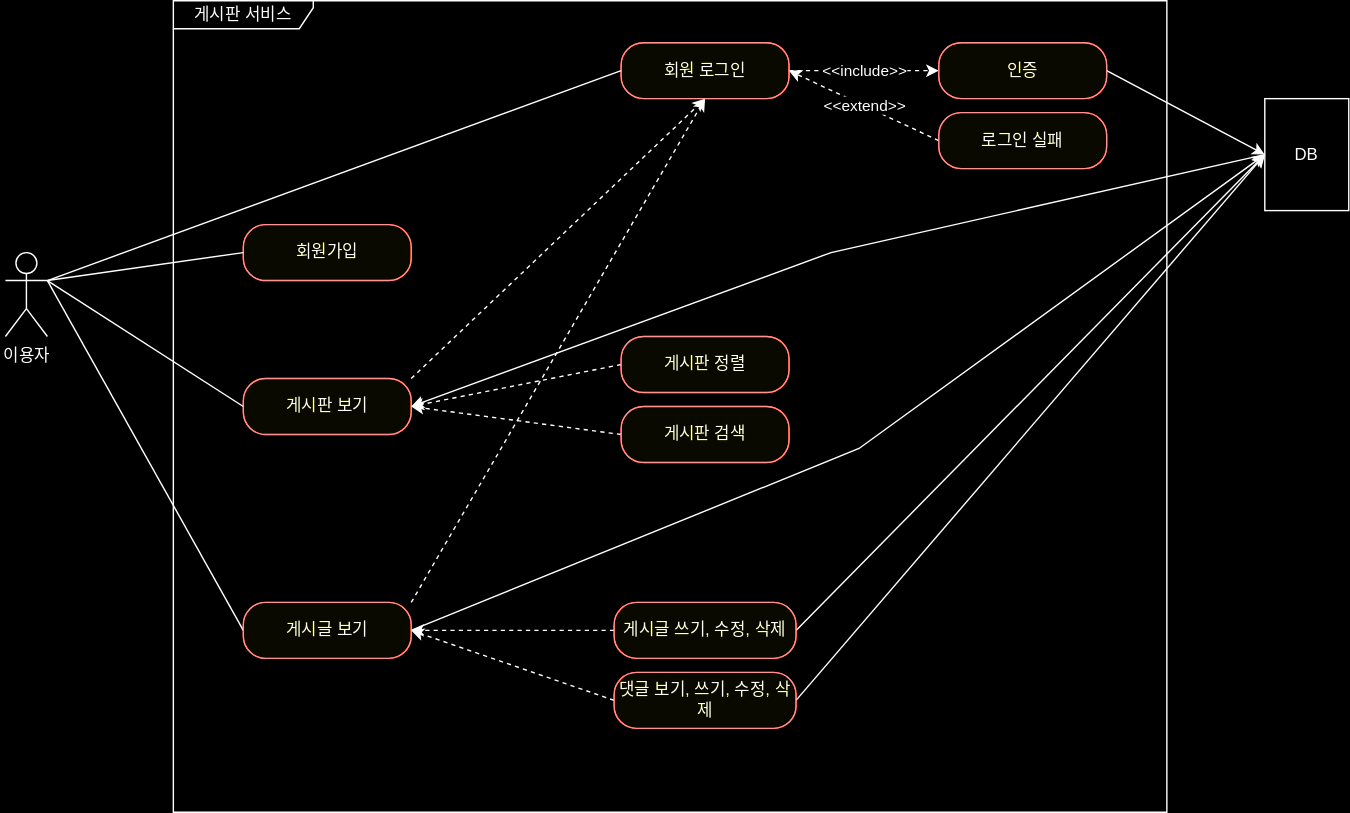
This is document/use-case.svg from jaeho0613/fastcampus-project-board, a draw.io export, as it was before one commit. Source tidied: cells renumbered, new cells last; positions are measured from the earlier drawing's top-left corner, leaving out a move shared by most shapes.
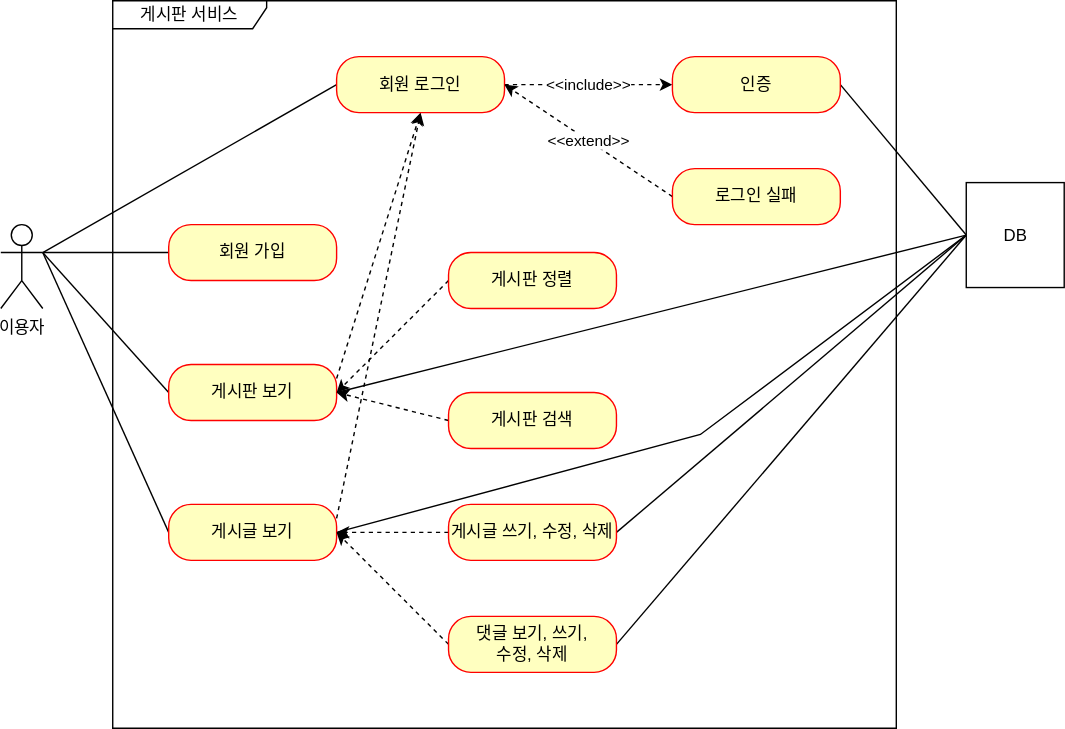
The same diagram one commit later.

The edit, as a diff of the source:
```diff
@@ -2,107 +2,109 @@
   <root>
     <mxCell id="0" />
     <mxCell id="1" parent="0" />
-    <mxCell id="2" value="이용자" style="shape=umlActor;verticalLabelPosition=bottom;verticalAlign=top;html=1;outlineConnect=0;" parent="1" vertex="1">
-      <mxGeometry y="180" width="30" height="60" as="geometry" />
+    <mxCell id="2" value="이용자" style="shape=umlActor;verticalLabelPosition=bottom;verticalAlign=top;html=1;" parent="1" vertex="1">
+      <mxGeometry y="240" width="30" height="60" as="geometry" />
     </mxCell>
-    <mxCell id="3" value="게시판 서비스" style="shape=umlFrame;whiteSpace=wrap;html=1;width=100;height=20;" parent="1" vertex="1">
-      <mxGeometry x="120" width="710" height="580" as="geometry" />
+    <mxCell id="3" value="게시판 서비스" style="shape=umlFrame;whiteSpace=wrap;html=1;width=110;height=20;" parent="1" vertex="1">
+      <mxGeometry x="80" y="80" width="560" height="520" as="geometry" />
     </mxCell>
-    <mxCell id="4" value="회원가입" style="rounded=1;whiteSpace=wrap;html=1;arcSize=40;fontColor=#000000;fillColor=#ffffc0;strokeColor=#ff0000;" parent="1" vertex="1">
-      <mxGeometry x="170" y="160" width="120" height="40" as="geometry" />
-    </mxCell>
+    <mxCell id="32" style="rounded=0;jettySize=auto;html=1;exitX=0;exitY=0.5;exitDx=0;exitDy=0;entryX=1;entryY=0.3333333333333333;entryDx=0;entryDy=0;entryPerimeter=0;endArrow=none;endFill=0;" parent="1" edge="1" source="33" target="2">
+      <mxGeometry relative="1" as="geometry" />
+    </mxCell>
+    <mxCell id="33" value="회원 가입" style="rounded=1;whiteSpace=wrap;html=1;arcSize=40;fontColor=#000000;fillColor=#ffffc0;strokeColor=#ff0000;" parent="1" vertex="1">
+      <mxGeometry x="120" y="240" width="120" height="40" as="geometry" />
+    </mxCell>
+    <mxCell id="29" style="edgeStyle=none;rounded=0;jettySize=auto;html=1;exitX=0;exitY=0.5;exitDx=0;exitDy=0;entryX=1;entryY=0.3333333333333333;entryDx=0;entryDy=0;entryPerimeter=0;endArrow=none;endFill=0;" parent="1" edge="1" source="6" target="2">
+      <mxGeometry relative="1" as="geometry" />
+    </mxCell>
-    <mxCell id="5" style="rounded=0;jettySize=auto;html=1;exitX=1;exitY=0;exitDx=0;exitDy=0;entryX=0.5;entryY=1;entryDx=0;entryDy=0;dashed=1;" parent="1" edge="1" source="6" target="12">
+    <mxCell id="5" style="edgeStyle=none;rounded=0;jettySize=auto;html=1;exitX=1;exitY=0.25;exitDx=0;exitDy=0;entryX=0.5;entryY=1;entryDx=0;entryDy=0;dashed=1;endArrow=classic;endFill=1;" parent="1" edge="1" source="6" target="12">
       <mxGeometry relative="1" as="geometry" />
     </mxCell>
+    <mxCell id="34" style="edgeStyle=none;rounded=0;jettySize=auto;html=1;exitX=1;exitY=0.5;exitDx=0;exitDy=0;entryX=0;entryY=0.5;entryDx=0;entryDy=0;endArrow=none;endFill=0;" parent="1" edge="1" source="6" target="31">
+      <mxGeometry relative="1" as="geometry" />
+    </mxCell>
     <mxCell id="6" value="게시판 보기" style="rounded=1;whiteSpace=wrap;html=1;arcSize=40;fontColor=#000000;fillColor=#ffffc0;strokeColor=#ff0000;" parent="1" vertex="1">
-      <mxGeometry x="170" y="270" width="120" height="40" as="geometry" />
+      <mxGeometry x="120" y="340" width="120" height="40" as="geometry" />
     </mxCell>
-    <mxCell id="7" style="rounded=0;jettySize=auto;html=1;exitX=0;exitY=0.5;exitDx=0;exitDy=0;endArrow=none;endFill=0;" parent="1" edge="1" source="10">
-      <mxGeometry relative="1" as="geometry">
-        <mxPoint x="30" y="200" as="targetPoint" />
-      </mxGeometry>
-    </mxCell>
-    <mxCell id="8" style="rounded=0;jettySize=auto;html=1;exitX=1;exitY=0;exitDx=0;exitDy=0;entryX=0.5;entryY=1;entryDx=0;entryDy=0;dashed=1;" parent="1" edge="1" source="10" target="12">
-      <mxGeometry relative="1" as="geometry" />
-    </mxCell>
+    <mxCell id="35" style="edgeStyle=none;rounded=0;jettySize=auto;html=1;exitX=0;exitY=0.5;exitDx=0;exitDy=0;endArrow=none;endFill=0;" parent="1" edge="1" source="10">
+      <mxGeometry relative="1" as="geometry">
+        <mxPoint x="30" y="260" as="targetPoint" />
+      </mxGeometry>
+    </mxCell>
+    <mxCell id="36" style="edgeStyle=none;rounded=0;jettySize=auto;html=1;exitX=1;exitY=0.25;exitDx=0;exitDy=0;dashed=1;endArrow=classic;endFill=1;" parent="1" edge="1" source="10">
+      <mxGeometry relative="1" as="geometry">
+        <mxPoint x="300" y="160" as="targetPoint" />
+      </mxGeometry>
+    </mxCell>
-    <mxCell id="9" style="rounded=0;jettySize=auto;html=1;exitX=1;exitY=0.5;exitDx=0;exitDy=0;entryX=0;entryY=0.5;entryDx=0;entryDy=0;" parent="1" edge="1" source="10" target="31">
+    <mxCell id="9" style="edgeStyle=none;rounded=0;jettySize=auto;html=1;exitX=1;exitY=0.5;exitDx=0;exitDy=0;entryX=0;entryY=0.5;entryDx=0;entryDy=0;endArrow=none;endFill=0;" parent="1" edge="1" source="10" target="31">
       <mxGeometry relative="1" as="geometry">
         <Array as="points">
-          <mxPoint x="610" y="320" />
+          <mxPoint x="500" y="390" />
         </Array>
       </mxGeometry>
     </mxCell>
     <mxCell id="10" value="게시글 보기" style="rounded=1;whiteSpace=wrap;html=1;arcSize=40;fontColor=#000000;fillColor=#ffffc0;strokeColor=#ff0000;" parent="1" vertex="1">
-      <mxGeometry x="170" y="430" width="120" height="40" as="geometry" />
+      <mxGeometry x="120" y="440" width="120" height="40" as="geometry" />
     </mxCell>
+    <mxCell id="37" style="edgeStyle=none;rounded=0;jettySize=auto;html=1;exitX=0;exitY=0.5;exitDx=0;exitDy=0;endArrow=none;endFill=0;" parent="1" edge="1" source="12">
+      <mxGeometry relative="1" as="geometry">
+        <mxPoint x="30" y="260" as="targetPoint" />
+      </mxGeometry>
+    </mxCell>
-    <mxCell id="11" value="&amp;lt;&amp;lt;include&amp;gt;&amp;gt;" style="edgeStyle=orthogonalEdgeStyle;rounded=0;jettySize=auto;html=1;exitX=1;exitY=0.5;exitDx=0;exitDy=0;entryX=0;entryY=0.5;entryDx=0;entryDy=0;endArrow=classic;endFill=1;dashed=1;" parent="1" edge="1" source="12" target="14">
+    <mxCell id="11" value="&amp;lt;&amp;lt;include&amp;gt;&amp;gt;" style="edgeStyle=none;rounded=0;jettySize=auto;html=1;exitX=1;exitY=0.5;exitDx=0;exitDy=0;entryX=0;entryY=0.5;entryDx=0;entryDy=0;endArrow=classic;endFill=1;dashed=1;" parent="1" edge="1" source="12" target="14">
       <mxGeometry relative="1" as="geometry" />
     </mxCell>
     <mxCell id="12" value="회원 로그인" style="rounded=1;whiteSpace=wrap;html=1;arcSize=40;fontColor=#000000;fillColor=#ffffc0;strokeColor=#ff0000;" parent="1" vertex="1">
-      <mxGeometry x="440" y="30" width="120" height="40" as="geometry" />
+      <mxGeometry x="240" y="120" width="120" height="40" as="geometry" />
     </mxCell>
-    <mxCell id="13" style="rounded=0;jettySize=auto;html=1;exitX=1;exitY=0.5;exitDx=0;exitDy=0;entryX=0;entryY=0.5;entryDx=0;entryDy=0;" parent="1" edge="1" source="14" target="31">
+    <mxCell id="13" style="edgeStyle=none;rounded=0;jettySize=auto;html=1;exitX=1;exitY=0.5;exitDx=0;exitDy=0;entryX=0;entryY=0.5;entryDx=0;entryDy=0;endArrow=none;endFill=0;" parent="1" edge="1" source="14" target="31">
       <mxGeometry relative="1" as="geometry" />
     </mxCell>
     <mxCell id="14" value="인증" style="rounded=1;whiteSpace=wrap;html=1;arcSize=40;fontColor=#000000;fillColor=#ffffc0;strokeColor=#ff0000;" parent="1" vertex="1">
-      <mxGeometry x="667" y="30" width="120" height="40" as="geometry" />
+      <mxGeometry x="480" y="120" width="120" height="40" as="geometry" />
     </mxCell>
-    <mxCell id="15" value="&amp;lt;&amp;lt;extend&amp;gt;&amp;gt;" style="rounded=0;jettySize=auto;html=1;exitX=0;exitY=0.5;exitDx=0;exitDy=0;entryX=1;entryY=0.5;entryDx=0;entryDy=0;dashed=1;" parent="1" edge="1" source="16" target="12">
+    <mxCell id="15" value="&amp;lt;&amp;lt;extend&amp;gt;&amp;gt;" style="edgeStyle=none;rounded=0;jettySize=auto;html=1;exitX=0;exitY=0.5;exitDx=0;exitDy=0;entryX=1;entryY=0.5;entryDx=0;entryDy=0;endArrow=classic;endFill=1;dashed=1;" parent="1" edge="1" source="16" target="12">
       <mxGeometry relative="1" as="geometry" />
     </mxCell>
     <mxCell id="16" value="로그인 실패" style="rounded=1;whiteSpace=wrap;html=1;arcSize=40;fontColor=#000000;fillColor=#ffffc0;strokeColor=#ff0000;" parent="1" vertex="1">
-      <mxGeometry x="667" y="80" width="120" height="40" as="geometry" />
+      <mxGeometry x="480" y="200" width="120" height="40" as="geometry" />
     </mxCell>
-    <mxCell id="17" style="rounded=0;jettySize=auto;html=1;exitX=0;exitY=0.5;exitDx=0;exitDy=0;entryX=1;entryY=0.5;entryDx=0;entryDy=0;dashed=1;" parent="1" edge="1" source="18" target="6">
+    <mxCell id="17" style="edgeStyle=none;rounded=0;jettySize=auto;html=1;exitX=0;exitY=0.5;exitDx=0;exitDy=0;entryX=1;entryY=0.5;entryDx=0;entryDy=0;dashed=1;endArrow=classic;endFill=1;" parent="1" edge="1" source="18" target="6">
       <mxGeometry relative="1" as="geometry" />
     </mxCell>
     <mxCell id="18" value="게시판 정렬" style="rounded=1;whiteSpace=wrap;html=1;arcSize=40;fontColor=#000000;fillColor=#ffffc0;strokeColor=#ff0000;" parent="1" vertex="1">
-      <mxGeometry x="440" y="240" width="120" height="40" as="geometry" />
+      <mxGeometry x="320" y="260" width="120" height="40" as="geometry" />
     </mxCell>
-    <mxCell id="19" style="rounded=0;jettySize=auto;html=1;exitX=0;exitY=0.5;exitDx=0;exitDy=0;dashed=1;" parent="1" edge="1" source="20">
-      <mxGeometry relative="1" as="geometry">
-        <mxPoint x="290" y="290" as="targetPoint" />
-      </mxGeometry>
-    </mxCell>
+    <mxCell id="38" style="edgeStyle=none;rounded=0;jettySize=auto;html=1;exitX=0;exitY=0.5;exitDx=0;exitDy=0;dashed=1;endArrow=classic;endFill=1;" parent="1" edge="1" source="20">
+      <mxGeometry relative="1" as="geometry">
+        <mxPoint x="240" y="360" as="targetPoint" />
+      </mxGeometry>
+    </mxCell>
     <mxCell id="20" value="게시판 검색" style="rounded=1;whiteSpace=wrap;html=1;arcSize=40;fontColor=#000000;fillColor=#ffffc0;strokeColor=#ff0000;" parent="1" vertex="1">
-      <mxGeometry x="440" y="290" width="120" height="40" as="geometry" />
+      <mxGeometry x="320" y="360" width="120" height="40" as="geometry" />
     </mxCell>
-    <mxCell id="21" style="edgeStyle=orthogonalEdgeStyle;rounded=0;jettySize=auto;html=1;exitX=0;exitY=0.5;exitDx=0;exitDy=0;entryX=1;entryY=0.5;entryDx=0;entryDy=0;dashed=1;" parent="1" edge="1" source="23" target="10">
+    <mxCell id="21" style="edgeStyle=none;rounded=0;jettySize=auto;html=1;exitX=0;exitY=0.5;exitDx=0;exitDy=0;entryX=1;entryY=0.5;entryDx=0;entryDy=0;dashed=1;endArrow=classic;endFill=1;" parent="1" edge="1" source="23" target="10">
       <mxGeometry relative="1" as="geometry" />
     </mxCell>
-    <mxCell id="22" style="rounded=0;jettySize=auto;html=1;exitX=1;exitY=0.5;exitDx=0;exitDy=0;entryX=0;entryY=0.5;entryDx=0;entryDy=0;" parent="1" edge="1" source="23" target="31">
+    <mxCell id="22" style="edgeStyle=none;rounded=0;jettySize=auto;html=1;exitX=1;exitY=0.5;exitDx=0;exitDy=0;entryX=0;entryY=0.5;entryDx=0;entryDy=0;endArrow=none;endFill=0;" parent="1" edge="1" source="23" target="31">
       <mxGeometry relative="1" as="geometry" />
     </mxCell>
     <mxCell id="23" value="게시글 쓰기, 수정, 삭제" style="rounded=1;whiteSpace=wrap;html=1;arcSize=40;fontColor=#000000;fillColor=#ffffc0;strokeColor=#ff0000;" parent="1" vertex="1">
-      <mxGeometry x="435" y="430" width="130" height="40" as="geometry" />
+      <mxGeometry x="320" y="440" width="120" height="40" as="geometry" />
     </mxCell>
-    <mxCell id="24" style="rounded=0;jettySize=auto;html=1;exitX=0;exitY=0.5;exitDx=0;exitDy=0;entryX=1;entryY=0.5;entryDx=0;entryDy=0;dashed=1;" parent="1" edge="1" source="26" target="10">
-      <mxGeometry relative="1" as="geometry" />
-    </mxCell>
+    <mxCell id="39" style="edgeStyle=none;rounded=0;jettySize=auto;html=1;exitX=0;exitY=0.5;exitDx=0;exitDy=0;dashed=1;endArrow=classic;endFill=1;" parent="1" edge="1" source="26">
+      <mxGeometry relative="1" as="geometry">
+        <mxPoint x="240" y="460" as="targetPoint" />
+      </mxGeometry>
+    </mxCell>
-    <mxCell id="25" style="rounded=0;jettySize=auto;html=1;exitX=1;exitY=0.5;exitDx=0;exitDy=0;entryX=0;entryY=0.5;entryDx=0;entryDy=0;" parent="1" edge="1" source="26" target="31">
+    <mxCell id="25" style="edgeStyle=none;rounded=0;jettySize=auto;html=1;exitX=1;exitY=0.5;exitDx=0;exitDy=0;endArrow=none;endFill=0;entryX=0;entryY=0.5;entryDx=0;entryDy=0;" parent="1" edge="1" source="26" target="31">
       <mxGeometry relative="1" as="geometry" />
     </mxCell>
-    <mxCell id="26" value="댓글 보기, 쓰기, 수정, 삭제" style="rounded=1;whiteSpace=wrap;html=1;arcSize=40;fontColor=#000000;fillColor=#ffffc0;strokeColor=#ff0000;" parent="1" vertex="1">
-      <mxGeometry x="435" y="480" width="130" height="40" as="geometry" />
+    <mxCell id="26" value="댓글 보기, 쓰기,&lt;br&gt;수정, 삭제" style="rounded=1;whiteSpace=wrap;html=1;arcSize=40;fontColor=#000000;fillColor=#ffffc0;strokeColor=#ff0000;" parent="1" vertex="1">
+      <mxGeometry x="320" y="520" width="120" height="40" as="geometry" />
     </mxCell>
-    <mxCell id="27" style="rounded=0;jettySize=auto;html=1;exitX=0;exitY=0.5;exitDx=0;exitDy=0;entryX=1;entryY=0.3333333333333333;entryDx=0;entryDy=0;entryPerimeter=0;strokeColor=default;endArrow=none;endFill=0;" parent="1" edge="1" source="4" target="2">
-      <mxGeometry relative="1" as="geometry" />
-    </mxCell>
-    <mxCell id="28" style="rounded=0;jettySize=auto;html=1;exitX=0;exitY=0.5;exitDx=0;exitDy=0;entryX=1;entryY=0.3333333333333333;entryDx=0;entryDy=0;entryPerimeter=0;endArrow=none;endFill=0;" parent="1" edge="1" source="12" target="2">
-      <mxGeometry relative="1" as="geometry" />
-    </mxCell>
-    <mxCell id="29" style="rounded=0;jettySize=auto;html=1;exitX=0;exitY=0.5;exitDx=0;exitDy=0;entryX=1;entryY=0.3333333333333333;entryDx=0;entryDy=0;entryPerimeter=0;endArrow=none;endFill=0;" parent="1" edge="1" source="6" target="2">
-      <mxGeometry relative="1" as="geometry" />
-    </mxCell>
-    <mxCell id="30" style="rounded=0;jettySize=auto;html=1;exitX=0;exitY=0.5;exitDx=0;exitDy=0;entryX=1;entryY=0.5;entryDx=0;entryDy=0;" parent="1" edge="1" source="31" target="6">
-      <mxGeometry relative="1" as="geometry">
-        <Array as="points">
-          <mxPoint x="590" y="180" />
-        </Array>
-      </mxGeometry>
-    </mxCell>
-    <mxCell id="31" value="DB" style="html=1;whiteSpace=wrap;" parent="1" vertex="1">
-      <mxGeometry x="900" y="70" width="60" height="80" as="geometry" />
+    <mxCell id="31" value="DB" style="html=1;" parent="1" vertex="1">
+      <mxGeometry x="690" y="210" width="70" height="75" as="geometry" />
     </mxCell>
   </root>
 </mxGraphModel>
```
